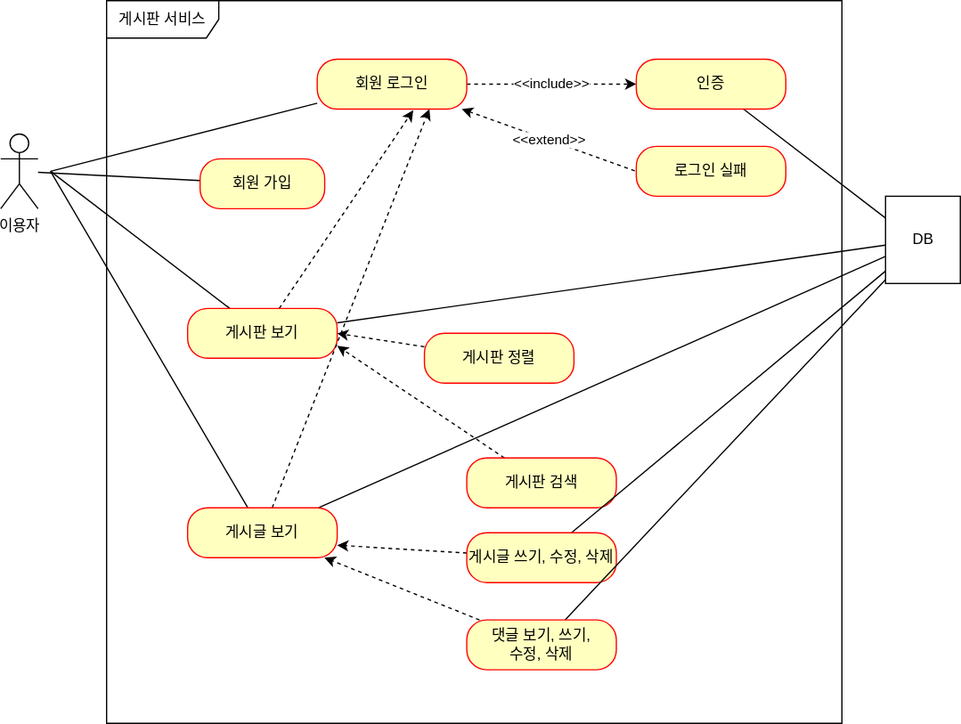
ekslffh/fc-project-board keeps this draw.io diagram as document/use-case.svg. Above is the earlier version. Source tidied: cells renumbered, new cells last; positions are measured from the earlier drawing's top-left corner, leaving out a move shared by most shapes.
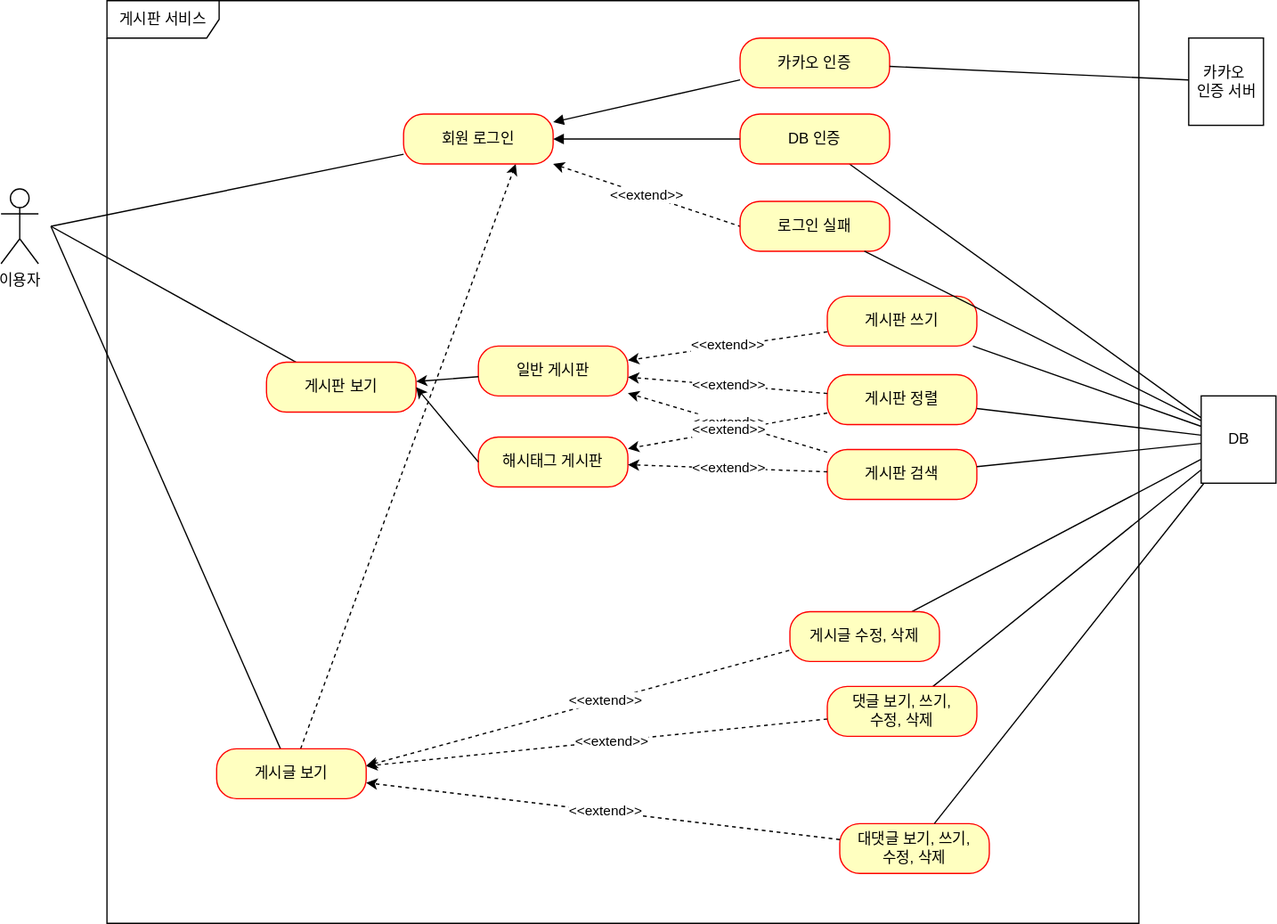
After the commit.

Commit message:
#56 - 카카오 인증 유즈케이스 추가: 대댓글 포함

Change to the diagram source:
```diff
@@ -3,102 +3,183 @@
     <mxCell id="0" />
     <mxCell id="1" parent="0" />
     <mxCell id="2" value="이용자&lt;br&gt;" style="shape=umlActor;verticalLabelPosition=bottom;verticalAlign=top;html=1;" parent="1" vertex="1">
-      <mxGeometry y="107" width="30" height="60" as="geometry" />
+      <mxGeometry x="31" y="176" width="30" height="60" as="geometry" />
     </mxCell>
     <mxCell id="3" value="게시판 서비스" style="shape=umlFrame;whiteSpace=wrap;html=1;width=90;height=30;" parent="1" vertex="1">
-      <mxGeometry x="85" width="590" height="580" as="geometry" />
+      <mxGeometry x="116" y="25" width="828" height="740" as="geometry" />
     </mxCell>
-    <mxCell id="4" style="rounded=0;jettySize=auto;html=1;startArrow=none;startFill=0;endArrow=none;endFill=0;" parent="1" edge="1" source="5" target="2">
-      <mxGeometry relative="1" as="geometry" />
-    </mxCell>
-    <mxCell id="5" value="회원 가입" style="rounded=1;whiteSpace=wrap;html=1;arcSize=40;fontColor=#000000;fillColor=#ffffc0;strokeColor=#ff0000;" parent="1" vertex="1">
-      <mxGeometry x="160" y="127" width="100" height="40" as="geometry" />
-    </mxCell>
     <mxCell id="6" style="edgeStyle=none;rounded=0;jettySize=auto;html=1;startArrow=none;startFill=0;endArrow=none;endFill=0;" parent="1" edge="1" source="9">
       <mxGeometry relative="1" as="geometry">
-        <mxPoint x="40" y="137" as="targetPoint" />
+        <mxPoint x="71" y="206" as="targetPoint" />
       </mxGeometry>
     </mxCell>
-    <mxCell id="7" style="edgeStyle=none;rounded=0;jettySize=auto;html=1;entryX=0.642;entryY=1.025;entryDx=0;entryDy=0;entryPerimeter=0;startArrow=none;startFill=0;endArrow=classic;endFill=1;dashed=1;" parent="1" edge="1" source="9" target="17">
-      <mxGeometry relative="1" as="geometry" />
-    </mxCell>
-    <mxCell id="8" style="edgeStyle=none;rounded=0;jettySize=auto;html=1;startArrow=none;startFill=0;endArrow=none;endFill=0;" parent="1" edge="1" source="9" target="31">
-      <mxGeometry relative="1" as="geometry" />
-    </mxCell>
     <mxCell id="9" value="게시판 보기" style="rounded=1;whiteSpace=wrap;html=1;arcSize=40;fontColor=#000000;fillColor=#ffffc0;strokeColor=#ff0000;" parent="1" vertex="1">
-      <mxGeometry x="150" y="247" width="120" height="40" as="geometry" />
+      <mxGeometry x="244" y="315" width="120" height="40" as="geometry" />
     </mxCell>
     <mxCell id="10" style="edgeStyle=none;rounded=0;jettySize=auto;html=1;startArrow=none;startFill=0;endArrow=none;endFill=0;" parent="1" edge="1" source="13">
       <mxGeometry relative="1" as="geometry">
-        <mxPoint x="40" y="137" as="targetPoint" />
+        <mxPoint x="71" y="206" as="targetPoint" />
       </mxGeometry>
     </mxCell>
     <mxCell id="11" style="edgeStyle=none;rounded=0;jettySize=auto;html=1;entryX=0.75;entryY=1;entryDx=0;entryDy=0;dashed=1;startArrow=none;startFill=0;endArrow=classic;endFill=1;" parent="1" edge="1" source="13" target="17">
       <mxGeometry relative="1" as="geometry" />
     </mxCell>
-    <mxCell id="12" style="edgeStyle=none;rounded=0;jettySize=auto;html=1;startArrow=none;startFill=0;endArrow=none;endFill=0;" parent="1" edge="1" source="13" target="31">
-      <mxGeometry relative="1" as="geometry" />
-    </mxCell>
     <mxCell id="13" value="게시글 보기" style="rounded=1;whiteSpace=wrap;html=1;arcSize=40;fontColor=#000000;fillColor=#ffffc0;strokeColor=#ff0000;" parent="1" vertex="1">
-      <mxGeometry x="150" y="407" width="120" height="40" as="geometry" />
+      <mxGeometry x="204" y="625" width="120" height="40" as="geometry" />
     </mxCell>
     <mxCell id="14" style="edgeStyle=none;rounded=0;jettySize=auto;html=1;startArrow=none;startFill=0;endArrow=none;endFill=0;" parent="1" edge="1" source="17">
       <mxGeometry relative="1" as="geometry">
-        <mxPoint x="40" y="137" as="targetPoint" />
+        <mxPoint x="71" y="206" as="targetPoint" />
       </mxGeometry>
     </mxCell>
-    <mxCell id="15" value="&amp;lt;&amp;lt;include&amp;gt;&amp;gt;" style="edgeStyle=none;rounded=0;jettySize=auto;html=1;startArrow=none;startFill=0;endArrow=classic;endFill=1;dashed=1;" parent="1" edge="1" source="17" target="19">
-      <mxGeometry relative="1" as="geometry" />
-    </mxCell>
     <mxCell id="16" value="&amp;lt;&amp;lt;extend&amp;gt;&amp;gt;" style="edgeStyle=none;rounded=0;jettySize=auto;html=1;startArrow=classic;startFill=1;endArrow=none;endFill=0;dashed=1;entryX=0;entryY=0.5;entryDx=0;entryDy=0;" parent="1" edge="1" source="17" target="20">
       <mxGeometry relative="1" as="geometry" />
     </mxCell>
     <mxCell id="17" value="회원 로그인" style="rounded=1;whiteSpace=wrap;html=1;arcSize=40;fontColor=#000000;fillColor=#ffffc0;strokeColor=#ff0000;" parent="1" vertex="1">
-      <mxGeometry x="254" y="47" width="120" height="40" as="geometry" />
+      <mxGeometry x="354" y="116" width="120" height="40" as="geometry" />
     </mxCell>
     <mxCell id="18" style="edgeStyle=none;rounded=0;jettySize=auto;html=1;entryX=0;entryY=0.25;entryDx=0;entryDy=0;startArrow=none;startFill=0;endArrow=none;endFill=0;" parent="1" edge="1" source="19" target="31">
       <mxGeometry relative="1" as="geometry" />
     </mxCell>
-    <mxCell id="19" value="인증" style="rounded=1;whiteSpace=wrap;html=1;arcSize=40;fontColor=#000000;fillColor=#ffffc0;strokeColor=#ff0000;" parent="1" vertex="1">
-      <mxGeometry x="510" y="47" width="120" height="40" as="geometry" />
+    <mxCell id="19" value="DB&amp;nbsp;&lt;span style=&quot;background-color: initial;&quot;&gt;인증&lt;/span&gt;" style="rounded=1;whiteSpace=wrap;html=1;arcSize=40;fontColor=#000000;fillColor=#ffffc0;strokeColor=#ff0000;" parent="1" vertex="1">
+      <mxGeometry x="624" y="116" width="120" height="40" as="geometry" />
     </mxCell>
     <mxCell id="20" value="로그인 실패" style="rounded=1;whiteSpace=wrap;html=1;arcSize=40;fontColor=#000000;fillColor=#ffffc0;strokeColor=#ff0000;" parent="1" vertex="1">
-      <mxGeometry x="510" y="117" width="120" height="40" as="geometry" />
+      <mxGeometry x="624" y="186" width="120" height="40" as="geometry" />
     </mxCell>
-    <mxCell id="21" style="edgeStyle=none;rounded=0;jettySize=auto;html=1;entryX=1;entryY=0.5;entryDx=0;entryDy=0;dashed=1;startArrow=none;startFill=0;endArrow=classic;endFill=1;" parent="1" edge="1" source="22" target="9">
-      <mxGeometry relative="1" as="geometry" />
-    </mxCell>
     <mxCell id="22" value="게시판 정렬" style="rounded=1;whiteSpace=wrap;html=1;arcSize=40;fontColor=#000000;fillColor=#ffffc0;strokeColor=#ff0000;" parent="1" vertex="1">
-      <mxGeometry x="340" y="267" width="120" height="40" as="geometry" />
+      <mxGeometry x="694" y="325" width="120" height="40" as="geometry" />
     </mxCell>
-    <mxCell id="23" style="edgeStyle=none;rounded=0;jettySize=auto;html=1;dashed=1;startArrow=none;startFill=0;endArrow=classic;endFill=1;" parent="1" edge="1" source="24">
-      <mxGeometry relative="1" as="geometry">
-        <mxPoint x="270" y="277" as="targetPoint" />
-      </mxGeometry>
-    </mxCell>
     <mxCell id="24" value="게시판 검색" style="rounded=1;whiteSpace=wrap;html=1;arcSize=40;fontColor=#000000;fillColor=#ffffc0;strokeColor=#ff0000;" parent="1" vertex="1">
-      <mxGeometry x="374" y="367" width="120" height="40" as="geometry" />
+      <mxGeometry x="694" y="385" width="120" height="40" as="geometry" />
     </mxCell>
-    <mxCell id="25" style="edgeStyle=none;rounded=0;jettySize=auto;html=1;entryX=1;entryY=0.75;entryDx=0;entryDy=0;dashed=1;startArrow=none;startFill=0;endArrow=classic;endFill=1;" parent="1" edge="1" source="27" target="13">
-      <mxGeometry relative="1" as="geometry" />
+    <mxCell id="25" style="edgeStyle=none;rounded=0;orthogonalLoop=1;jettySize=auto;html=1;entryX=1;entryY=0.75;entryDx=0;entryDy=0;dashed=1;startArrow=none;startFill=0;endArrow=classic;endFill=1;" parent="1" edge="1">
+      <mxGeometry relative="1" as="geometry">
+        <mxPoint x="704" y="535" as="sourcePoint" />
+        <mxPoint x="324" y="638.6" as="targetPoint" />
+      </mxGeometry>
     </mxCell>
+    <mxCell id="32" value="&amp;lt;&amp;lt;extend&amp;gt;&amp;gt;" style="edgeLabel;html=1;align=center;verticalAlign=middle;" parent="25" vertex="1">
+      <mxGeometry x="-0.01" y="-1" relative="1" as="geometry">
+        <mxPoint x="-1" as="offset" />
+      </mxGeometry>
+    </mxCell>
     <mxCell id="26" style="edgeStyle=none;rounded=0;jettySize=auto;html=1;startArrow=none;startFill=0;endArrow=none;endFill=0;" parent="1" edge="1" source="27" target="31">
       <mxGeometry relative="1" as="geometry" />
     </mxCell>
-    <mxCell id="27" value="게시글 쓰기, 수정, 삭제" style="rounded=1;whiteSpace=wrap;html=1;arcSize=40;fontColor=#000000;fillColor=#ffffc0;strokeColor=#ff0000;" parent="1" vertex="1">
-      <mxGeometry x="374" y="427" width="120" height="40" as="geometry" />
+    <mxCell id="27" value="게시글 수정, 삭제" style="rounded=1;whiteSpace=wrap;html=1;arcSize=40;fontColor=#000000;fillColor=#ffffc0;strokeColor=#ff0000;" parent="1" vertex="1">
+      <mxGeometry x="664" y="515" width="120" height="40" as="geometry" />
     </mxCell>
     <mxCell id="28" style="edgeStyle=none;rounded=0;jettySize=auto;html=1;dashed=1;startArrow=none;startFill=0;endArrow=classic;endFill=1;" parent="1" edge="1" source="30" target="13">
       <mxGeometry relative="1" as="geometry" />
     </mxCell>
+    <mxCell id="33" value="&amp;lt;&amp;lt;extend&amp;gt;&amp;gt;" style="edgeLabel;html=1;align=center;verticalAlign=middle;" parent="28" vertex="1">
+      <mxGeometry x="-0.06" relative="1" as="geometry" />
+    </mxCell>
     <mxCell id="29" style="edgeStyle=none;rounded=0;jettySize=auto;html=1;startArrow=none;startFill=0;endArrow=none;endFill=0;" parent="1" edge="1" source="30" target="31">
       <mxGeometry relative="1" as="geometry" />
     </mxCell>
     <mxCell id="30" value="댓글 보기, 쓰기,&lt;br&gt;수정, 삭제" style="rounded=1;whiteSpace=wrap;html=1;arcSize=40;fontColor=#000000;fillColor=#ffffc0;strokeColor=#ff0000;" parent="1" vertex="1">
-      <mxGeometry x="374" y="497" width="120" height="40" as="geometry" />
+      <mxGeometry x="694" y="575" width="120" height="40" as="geometry" />
     </mxCell>
     <mxCell id="31" value="DB" style="html=1;" parent="1" vertex="1">
-      <mxGeometry x="710" y="157" width="60" height="70" as="geometry" />
+      <mxGeometry x="994" y="342" width="60" height="70" as="geometry" />
     </mxCell>
+    <mxCell id="34" value="게시판 쓰기" style="rounded=1;whiteSpace=wrap;html=1;arcSize=40;fontColor=#000000;fillColor=#ffffc0;strokeColor=#ff0000;" parent="1" vertex="1">
+      <mxGeometry x="694" y="262" width="120" height="40" as="geometry" />
+    </mxCell>
+    <mxCell id="35" value="대댓글 보기, 쓰기,&lt;br&gt;수정, 삭제" style="rounded=1;whiteSpace=wrap;html=1;arcSize=40;fontColor=#000000;fillColor=#ffffc0;strokeColor=#ff0000;" parent="1" vertex="1">
+      <mxGeometry x="704" y="685" width="120" height="40" as="geometry" />
+    </mxCell>
+    <mxCell id="36" style="edgeStyle=none;rounded=0;jettySize=auto;html=1;dashed=1;startArrow=none;startFill=0;endArrow=classic;endFill=1;" parent="1" edge="1" source="35" target="13">
+      <mxGeometry relative="1" as="geometry" />
+    </mxCell>
+    <mxCell id="37" value="&amp;lt;&amp;lt;extend&amp;gt;&amp;gt;" style="edgeLabel;html=1;align=center;verticalAlign=middle;" parent="36" vertex="1">
+      <mxGeometry x="-0.01" y="-1" relative="1" as="geometry">
+        <mxPoint x="-1" as="offset" />
+      </mxGeometry>
+    </mxCell>
+    <mxCell id="38" style="endArrow=none;html=1;rounded=0;" parent="1" edge="1" source="35" target="31">
+      <mxGeometry relative="1" as="geometry" />
+    </mxCell>
+    <mxCell id="39" value="일반 게시판" style="rounded=1;whiteSpace=wrap;html=1;arcSize=40;fontColor=#000000;fillColor=#ffffc0;strokeColor=#ff0000;" parent="1" vertex="1">
+      <mxGeometry x="414" y="302" width="120" height="40" as="geometry" />
+    </mxCell>
+    <mxCell id="40" value="해시태그 게시판" style="rounded=1;whiteSpace=wrap;html=1;arcSize=40;fontColor=#000000;fillColor=#ffffc0;strokeColor=#ff0000;" parent="1" vertex="1">
+      <mxGeometry x="414" y="375" width="120" height="40" as="geometry" />
+    </mxCell>
+    <mxCell id="41" style="endArrow=classic;html=1;rounded=0;" parent="1" edge="1" source="39" target="9">
+      <mxGeometry relative="1" as="geometry" />
+    </mxCell>
+    <mxCell id="42" style="endArrow=classic;html=1;rounded=0;exitX=0;exitY=0.5;exitDx=0;exitDy=0;entryX=1;entryY=0.5;entryDx=0;entryDy=0;" parent="1" edge="1" source="40" target="9">
+      <mxGeometry relative="1" as="geometry" />
+    </mxCell>
+    <mxCell id="43" style="edgeStyle=none;rounded=0;jettySize=auto;html=1;dashed=1;startArrow=none;startFill=0;endArrow=classic;endFill=1;" parent="1" edge="1" source="34" target="39">
+      <mxGeometry relative="1" as="geometry" />
+    </mxCell>
+    <mxCell id="44" value="&amp;lt;&amp;lt;extend&amp;gt;&amp;gt;" style="edgeLabel;html=1;align=center;verticalAlign=middle;" parent="43" vertex="1">
+      <mxGeometry x="-0.01" y="-1" relative="1" as="geometry">
+        <mxPoint x="-1" as="offset" />
+      </mxGeometry>
+    </mxCell>
+    <mxCell id="45" style="edgeStyle=none;rounded=0;jettySize=auto;html=1;dashed=1;startArrow=none;startFill=0;endArrow=classic;endFill=1;" parent="1" edge="1" source="22" target="39">
+      <mxGeometry relative="1" as="geometry" />
+    </mxCell>
+    <mxCell id="46" value="&amp;lt;&amp;lt;extend&amp;gt;&amp;gt;" style="edgeLabel;html=1;align=center;verticalAlign=middle;" parent="45" vertex="1">
+      <mxGeometry x="-0.01" y="-1" relative="1" as="geometry">
+        <mxPoint x="-1" as="offset" />
+      </mxGeometry>
+    </mxCell>
+    <mxCell id="47" style="edgeStyle=none;rounded=0;jettySize=auto;html=1;dashed=1;startArrow=none;startFill=0;endArrow=classic;endFill=1;" parent="1" edge="1" source="24" target="39">
+      <mxGeometry relative="1" as="geometry" />
+    </mxCell>
+    <mxCell id="48" value="&amp;lt;&amp;lt;extend&amp;gt;&amp;gt;" style="edgeLabel;html=1;align=center;verticalAlign=middle;" parent="47" vertex="1">
+      <mxGeometry x="-0.01" y="-1" relative="1" as="geometry">
+        <mxPoint x="-1" as="offset" />
+      </mxGeometry>
+    </mxCell>
+    <mxCell id="49" style="edgeStyle=none;rounded=0;jettySize=auto;html=1;dashed=1;startArrow=none;startFill=0;endArrow=classic;endFill=1;" parent="1" edge="1" source="22" target="40">
+      <mxGeometry relative="1" as="geometry" />
+    </mxCell>
+    <mxCell id="50" value="&amp;lt;&amp;lt;extend&amp;gt;&amp;gt;" style="edgeLabel;html=1;align=center;verticalAlign=middle;" parent="49" vertex="1">
+      <mxGeometry x="-0.01" y="-1" relative="1" as="geometry">
+        <mxPoint x="-1" as="offset" />
+      </mxGeometry>
+    </mxCell>
+    <mxCell id="51" style="edgeStyle=none;rounded=0;jettySize=auto;html=1;dashed=1;startArrow=none;startFill=0;endArrow=classic;endFill=1;" parent="1" edge="1" source="24" target="40">
+      <mxGeometry relative="1" as="geometry" />
+    </mxCell>
+    <mxCell id="52" value="&amp;lt;&amp;lt;extend&amp;gt;&amp;gt;" style="edgeLabel;html=1;align=center;verticalAlign=middle;" parent="51" vertex="1">
+      <mxGeometry x="-0.01" y="-1" relative="1" as="geometry">
+        <mxPoint x="-1" as="offset" />
+      </mxGeometry>
+    </mxCell>
+    <mxCell id="53" style="edgeStyle=none;rounded=0;jettySize=auto;html=1;startArrow=none;startFill=0;endArrow=none;endFill=0;" parent="1" edge="1" source="20" target="31">
+      <mxGeometry relative="1" as="geometry" />
+    </mxCell>
+    <mxCell id="54" style="edgeStyle=none;rounded=0;jettySize=auto;html=1;startArrow=none;startFill=0;endArrow=none;endFill=0;" parent="1" edge="1" source="34" target="31">
+      <mxGeometry relative="1" as="geometry" />
+    </mxCell>
+    <mxCell id="55" style="edgeStyle=none;rounded=0;jettySize=auto;html=1;startArrow=none;startFill=0;endArrow=none;endFill=0;" parent="1" edge="1" source="22" target="31">
+      <mxGeometry relative="1" as="geometry" />
+    </mxCell>
+    <mxCell id="56" style="edgeStyle=none;rounded=0;jettySize=auto;html=1;startArrow=none;startFill=0;endArrow=none;endFill=0;" parent="1" edge="1" source="24" target="31">
+      <mxGeometry relative="1" as="geometry" />
+    </mxCell>
+    <mxCell id="57" value="카카오&amp;nbsp;&lt;span style=&quot;background-color: initial;&quot;&gt;인증&lt;/span&gt;" style="rounded=1;whiteSpace=wrap;html=1;arcSize=40;fontColor=#000000;fillColor=#ffffc0;strokeColor=#ff0000;" parent="1" vertex="1">
+      <mxGeometry x="624" y="55" width="120" height="40" as="geometry" />
+    </mxCell>
+    <mxCell id="58" value="카카오&amp;nbsp;&lt;div&gt;인증&amp;nbsp;&lt;span style=&quot;background-color: initial;&quot;&gt;서버&lt;/span&gt;&lt;/div&gt;" style="html=1;" parent="1" vertex="1">
+      <mxGeometry x="984" y="55" width="60" height="70" as="geometry" />
+    </mxCell>
+    <mxCell id="59" style="edgeStyle=none;rounded=0;jettySize=auto;html=1;startArrow=none;startFill=0;endArrow=none;endFill=0;" parent="1" edge="1" source="57" target="58">
+      <mxGeometry relative="1" as="geometry" />
+    </mxCell>
+    <mxCell id="60" style="edgeStyle=none;rounded=0;jettySize=auto;html=1;startArrow=block;startFill=1;endArrow=none;endFill=0;" parent="1" edge="1" source="17" target="57">
+      <mxGeometry relative="1" as="geometry" />
+    </mxCell>
+    <mxCell id="15" style="edgeStyle=none;rounded=0;jettySize=auto;html=1;startArrow=block;startFill=1;endArrow=none;endFill=0;" parent="1" edge="1" source="17" target="19">
+      <mxGeometry relative="1" as="geometry" />
+    </mxCell>
   </root>
 </mxGraphModel>
```
